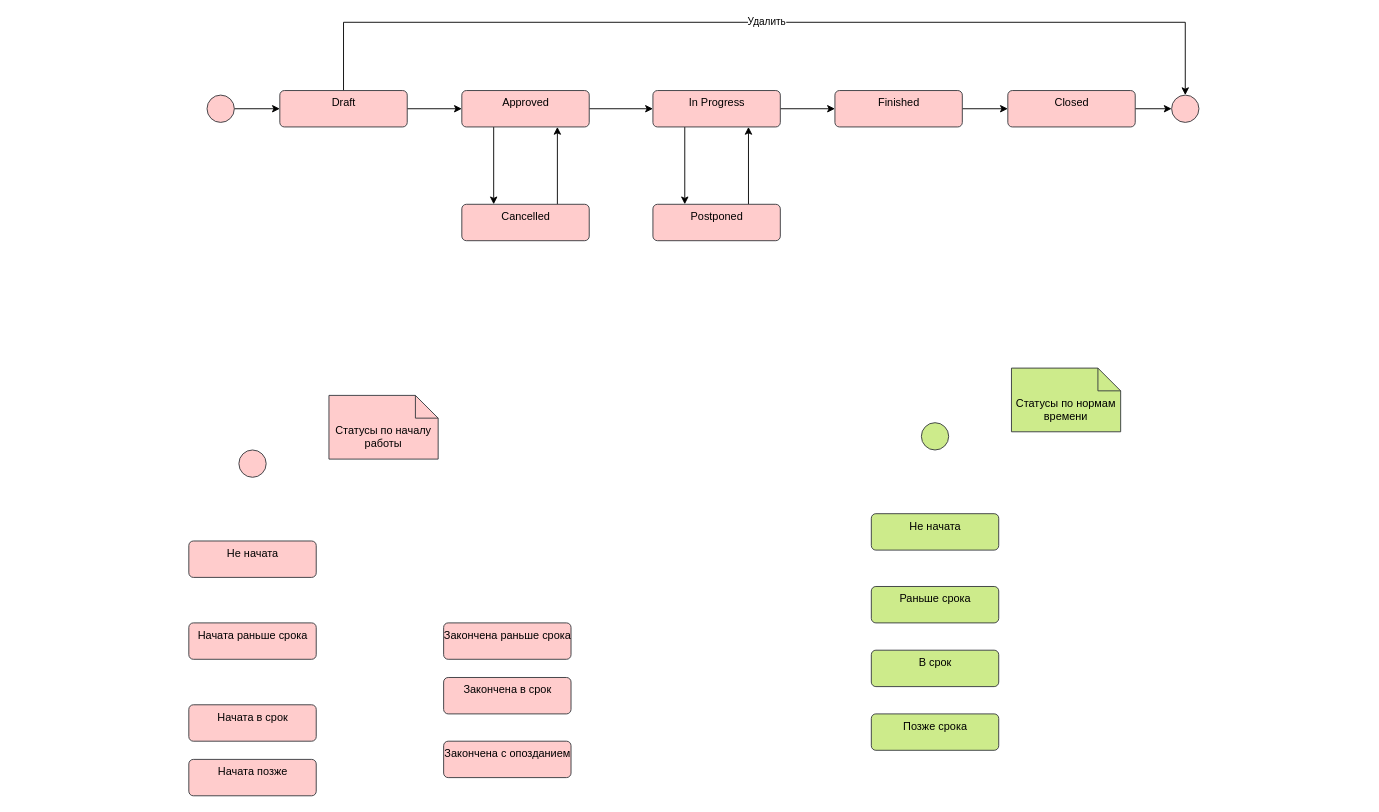
The draw.io diagram page "Статусы документа" (4 of 6) of maint/Рабочее задание.drawio in tvolodi-ab/ASCOA, before the edit. Source tidied: cells renumbered, new cells numbered last; positions are measured from the earlier drawing's top-left corner, leaving out a move shared by most shapes. Both pictures are drawn from the tidied source at 91%, with x=0, y=0 at pixel (188, 22).
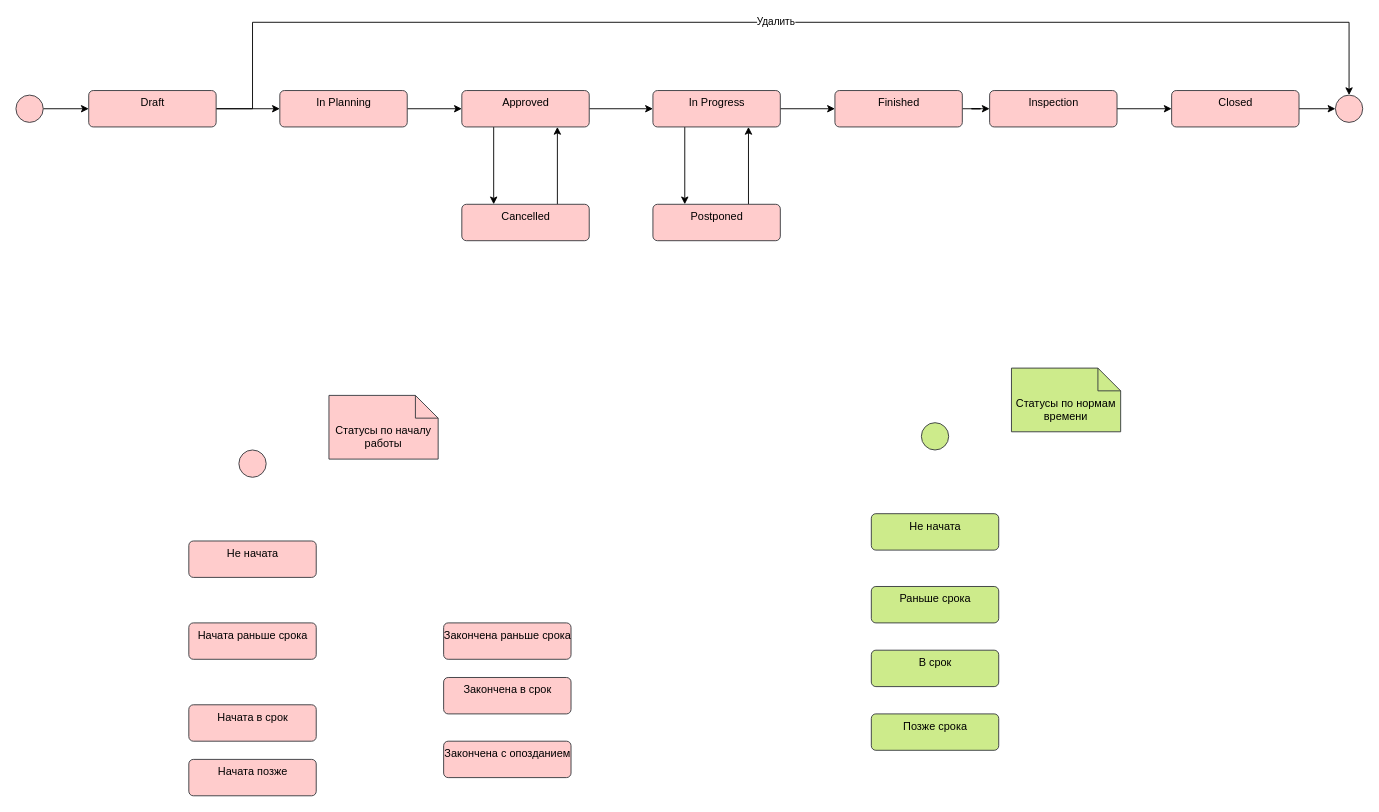
Above is the later version.

Unchanged cells that the change refers to:
```xml
<mxCell id="24" value="Approved" style="html=1;align=center;verticalAlign=top;rounded=1;absoluteArcSize=1;arcSize=10;dashed=0;shadow=0;labelBackgroundColor=none;labelBorderColor=none;fillColor=#ffcccc;strokeColor=#36393d;" parent="1" vertex="1">
  <mxGeometry x="300" y="75" width="140" height="40" as="geometry" />
</mxCell>
<mxCell id="29" value="Finished" style="html=1;align=center;verticalAlign=top;rounded=1;absoluteArcSize=1;arcSize=10;dashed=0;shadow=0;labelBackgroundColor=none;labelBorderColor=none;fillColor=#ffcccc;strokeColor=#36393d;" parent="1" vertex="1">
  <mxGeometry x="710" y="75" width="140" height="40" as="geometry" />
</mxCell>
```

Change to the diagram source:
```diff
@@
     <mxCell id="18" style="ellipse;fillColor=#ffcccc;strokeColor=#36393d;shadow=0;labelBackgroundColor=none;labelBorderColor=none;html=0;" parent="1" vertex="1">
-      <mxGeometry x="20" y="80" width="30" height="30" as="geometry" />
+      <mxGeometry x="-190" y="80" width="30" height="30" as="geometry" />
     </mxCell>
-    <mxCell id="19" style="edgeStyle=orthogonalEdgeStyle;rounded=0;jettySize=auto;html=1;" parent="1" edge="1" source="21" target="24">
+    <mxCell id="19" style="edgeStyle=orthogonalEdgeStyle;rounded=0;jettySize=auto;html=1;entryX=0;entryY=0.5;entryDx=0;entryDy=0;" parent="1" edge="1" source="21" target="38">
       <mxGeometry relative="1" as="geometry" />
     </mxCell>
     <mxCell id="20" value="Удалить" style="edgeStyle=orthogonalEdgeStyle;rounded=0;jettySize=auto;html=1;entryX=0.5;entryY=0;entryDx=0;entryDy=0;" parent="1" edge="1" source="21" target="32">
       <mxGeometry relative="1" as="geometry">
         <Array as="points">
-          <mxPoint x="170" />
-          <mxPoint x="1095" />
+          <mxPoint x="70" y="95" />
+          <mxPoint x="70" />
+          <mxPoint x="1275" />
         </Array>
       </mxGeometry>
     </mxCell>
     <mxCell id="21" value="Draft" style="html=1;align=center;verticalAlign=top;rounded=1;absoluteArcSize=1;arcSize=10;dashed=0;shadow=0;labelBackgroundColor=none;labelBorderColor=none;fillColor=#ffcccc;strokeColor=#36393d;" parent="1" vertex="1">
-      <mxGeometry x="100" y="75" width="140" height="40" as="geometry" />
+      <mxGeometry x="-110" y="75" width="140" height="40" as="geometry" />
     </mxCell>
@@
-    <mxCell id="28" style="edgeStyle=orthogonalEdgeStyle;rounded=0;jettySize=auto;html=1;entryX=0;entryY=0.5;entryDx=0;entryDy=0;" parent="1" edge="1" source="29" target="31">
+    <mxCell id="28" style="edgeStyle=orthogonalEdgeStyle;rounded=0;jettySize=auto;html=1;entryX=0;entryY=0.5;entryDx=0;entryDy=0;" parent="1" edge="1" source="29" target="40">
       <mxGeometry relative="1" as="geometry" />
     </mxCell>
@@
     <mxCell id="31" value="Closed" style="html=1;align=center;verticalAlign=top;rounded=1;absoluteArcSize=1;arcSize=10;dashed=0;shadow=0;labelBackgroundColor=none;labelBorderColor=none;fillColor=#ffcccc;strokeColor=#36393d;" parent="1" vertex="1">
-      <mxGeometry x="900" y="75" width="140" height="40" as="geometry" />
+      <mxGeometry x="1080" y="75" width="140" height="40" as="geometry" />
     </mxCell>
     <mxCell id="32" style="ellipse;fillColor=#ffcccc;strokeColor=#36393d;shadow=0;labelBackgroundColor=none;labelBorderColor=none;html=0;" parent="1" vertex="1">
-      <mxGeometry x="1080" y="80" width="30" height="30" as="geometry" />
+      <mxGeometry x="1260" y="80" width="30" height="30" as="geometry" />
     </mxCell>
@@
+    <mxCell id="37" style="edgeStyle=orthogonalEdgeStyle;rounded=0;jettySize=auto;html=1;exitX=1;exitY=0.5;exitDx=0;exitDy=0;entryX=0;entryY=0.5;entryDx=0;entryDy=0;" parent="1" edge="1" source="38" target="24">
+      <mxGeometry relative="1" as="geometry" />
+    </mxCell>
+    <mxCell id="38" value="In Planning" style="html=1;align=center;verticalAlign=top;rounded=1;absoluteArcSize=1;arcSize=10;dashed=0;shadow=0;labelBackgroundColor=none;labelBorderColor=none;fillColor=#ffcccc;strokeColor=#36393d;" parent="1" vertex="1">
+      <mxGeometry x="100" y="75" width="140" height="40" as="geometry" />
+    </mxCell>
+    <mxCell id="39" style="edgeStyle=orthogonalEdgeStyle;rounded=0;jettySize=auto;html=1;exitX=1;exitY=0.5;exitDx=0;exitDy=0;entryX=0;entryY=0.5;entryDx=0;entryDy=0;" parent="1" edge="1" source="40" target="31">
+      <mxGeometry relative="1" as="geometry" />
+    </mxCell>
+    <mxCell id="40" value="Inspection" style="html=1;align=center;verticalAlign=top;rounded=1;absoluteArcSize=1;arcSize=10;dashed=0;shadow=0;labelBackgroundColor=none;labelBorderColor=none;fillColor=#ffcccc;strokeColor=#36393d;" parent="1" vertex="1">
+      <mxGeometry x="880" y="75" width="140" height="40" as="geometry" />
+    </mxCell>
```
